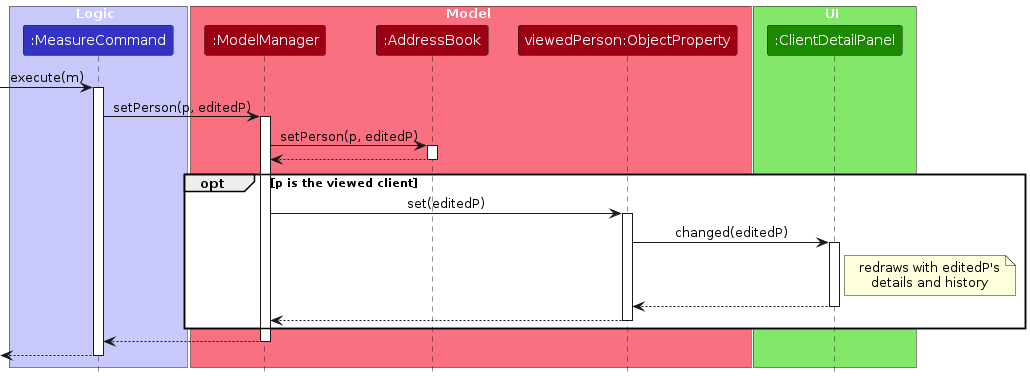
Above: diagrams/ViewedClientSyncSequenceDiagram.png in AY2627S1-CS2103T-F14a-2/tp (PlantUML), before the change. Its source is kept beside it as diagrams/ViewedClientSyncSequenceDiagram.puml.
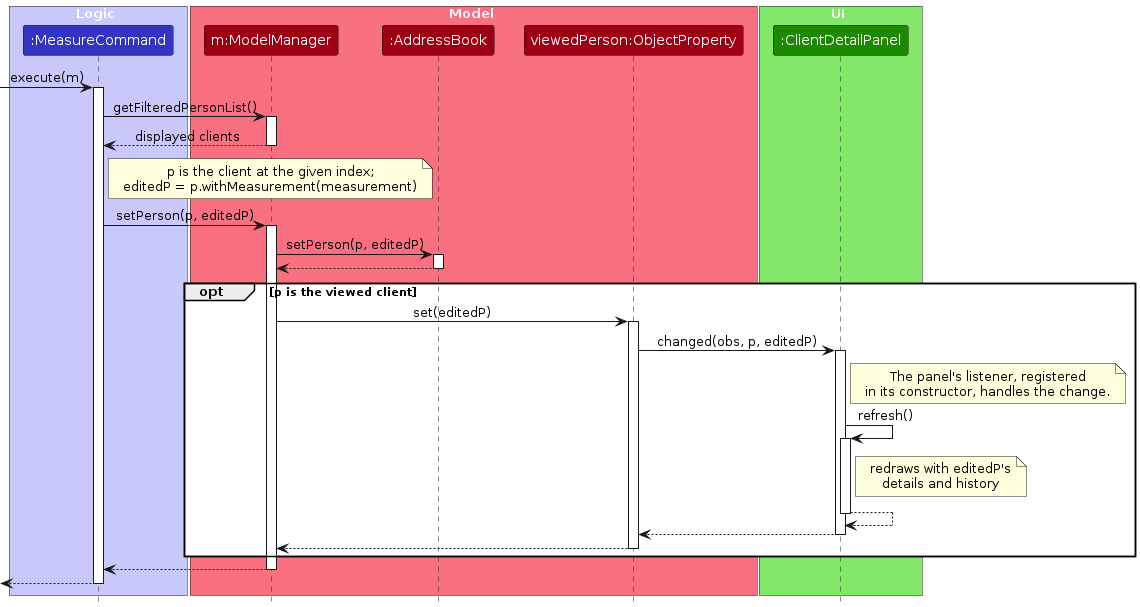
The same file after the commit.

The edit, as a diff of the source:
```diff
@@ -7,7 +7,7 @@
 end box
 
 box Model MODEL_COLOR_T1
-participant ":ModelManager" as ModelManager MODEL_COLOR
+participant "m:ModelManager" as ModelManager MODEL_COLOR
 participant ":AddressBook" as AddressBook MODEL_COLOR
 participant "viewedPerson:ObjectProperty" as ViewedPerson MODEL_COLOR
 end box
@@ -18,6 +18,16 @@
 
 [-> MeasureCommand : execute(m)
 activate MeasureCommand
+
+MeasureCommand -> ModelManager : getFilteredPersonList()
+activate ModelManager
+ModelManager --> MeasureCommand : displayed clients
+deactivate ModelManager
+
+note right of MeasureCommand
+  p is the client at the given index;
+  editedP = p.withMeasurement(measurement)
+end note
 
 MeasureCommand -> ModelManager : setPerson(p, editedP)
 activate ModelManager
@@ -31,12 +41,20 @@
     ModelManager -> ViewedPerson : set(editedP)
     activate ViewedPerson
 
-    ViewedPerson -> ClientDetailPanel : changed(editedP)
+    ViewedPerson -> ClientDetailPanel : changed(obs, p, editedP)
+    activate ClientDetailPanel
+    note right of ClientDetailPanel
+      The panel's listener, registered
+      in its constructor, handles the change.
+    end note
+    ClientDetailPanel -> ClientDetailPanel : refresh()
     activate ClientDetailPanel
     note right of ClientDetailPanel
       redraws with editedP's
       details and history
     end note
+    ClientDetailPanel --> ClientDetailPanel
+    deactivate ClientDetailPanel
     ClientDetailPanel --> ViewedPerson
     deactivate ClientDetailPanel
 
```
